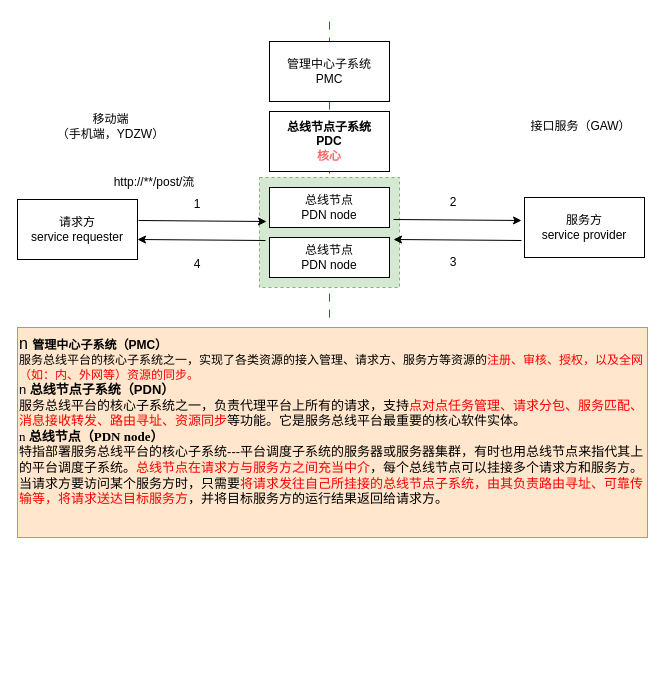
bj-ehualu/drawio keeps this draw.io diagram as 喀什移动对接.drawio. Above is the earlier version. Source tidied: cells renumbered, new cells numbered last; positions are measured from the earlier drawing's top-left corner, leaving out a move shared by most shapes. Both pictures are drawn from the tidied source at 100%, with x=0, y=0 at pixel (17, 17).
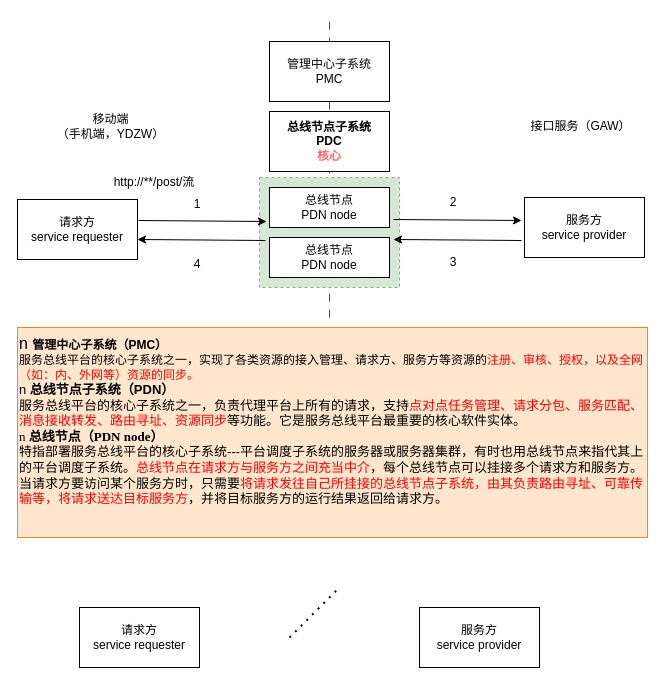
Above is the later version.

Commit message (it also covers changes not shown here):
更新喀什移动对接.drawio

Change to the diagram source:
```diff
@@
+    <mxCell id="22" value="请求方&lt;div&gt;service requester&lt;/div&gt;" style="rounded=0;whiteSpace=wrap;html=1;" parent="1" vertex="1">
+      <mxGeometry x="62" y="590" width="120" height="60" as="geometry" />
+    </mxCell>
+    <mxCell id="23" value="服务方&lt;div&gt;service provider&lt;/div&gt;" style="rounded=0;whiteSpace=wrap;html=1;" parent="1" vertex="1">
+      <mxGeometry x="402" y="590" width="120" height="60" as="geometry" />
+    </mxCell>
+    <mxCell id="24" style="endArrow=none;dashed=1;html=1;dashPattern=1 3;strokeWidth=2;rounded=0;" parent="1" edge="1">
+      <mxGeometry relative="1" as="geometry">
+        <mxPoint x="272" y="620" as="sourcePoint" />
+        <mxPoint x="322" y="570" as="targetPoint" />
+      </mxGeometry>
+    </mxCell>
```
